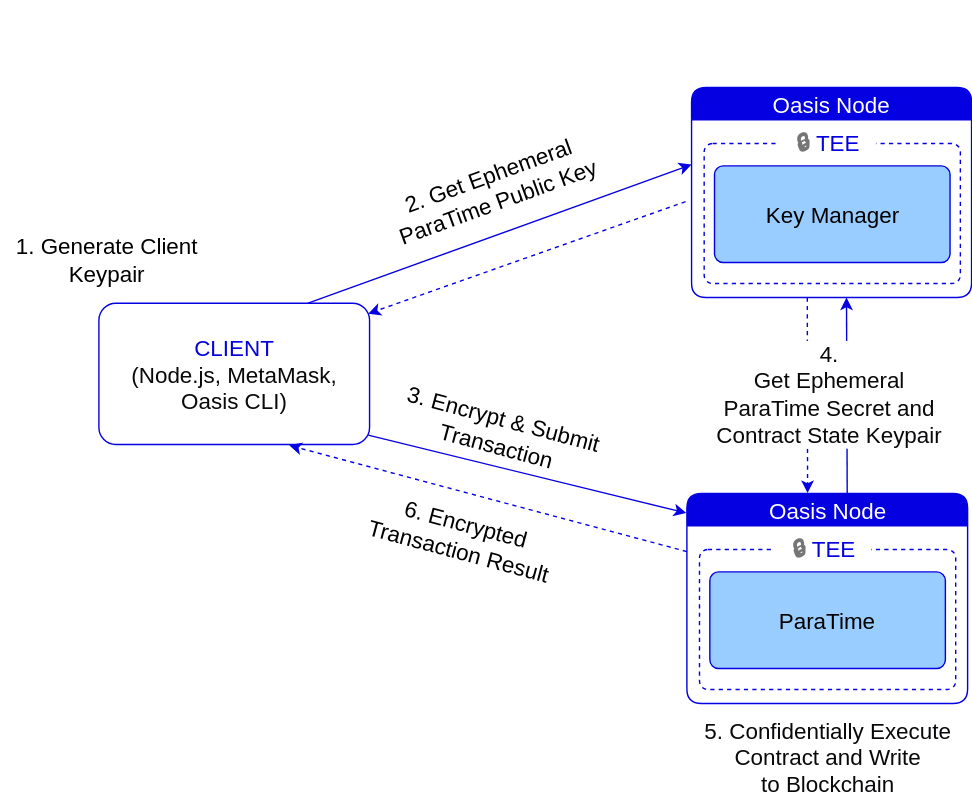
Before: docs/general/images/architecture/client-km-compute.svg, a diagram exported from draw.io (oasisprotocol/docs). Source tidied: cells renumbered, new cells last; positions are measured from the earlier drawing's top-left corner, leaving out a move shared by most shapes.
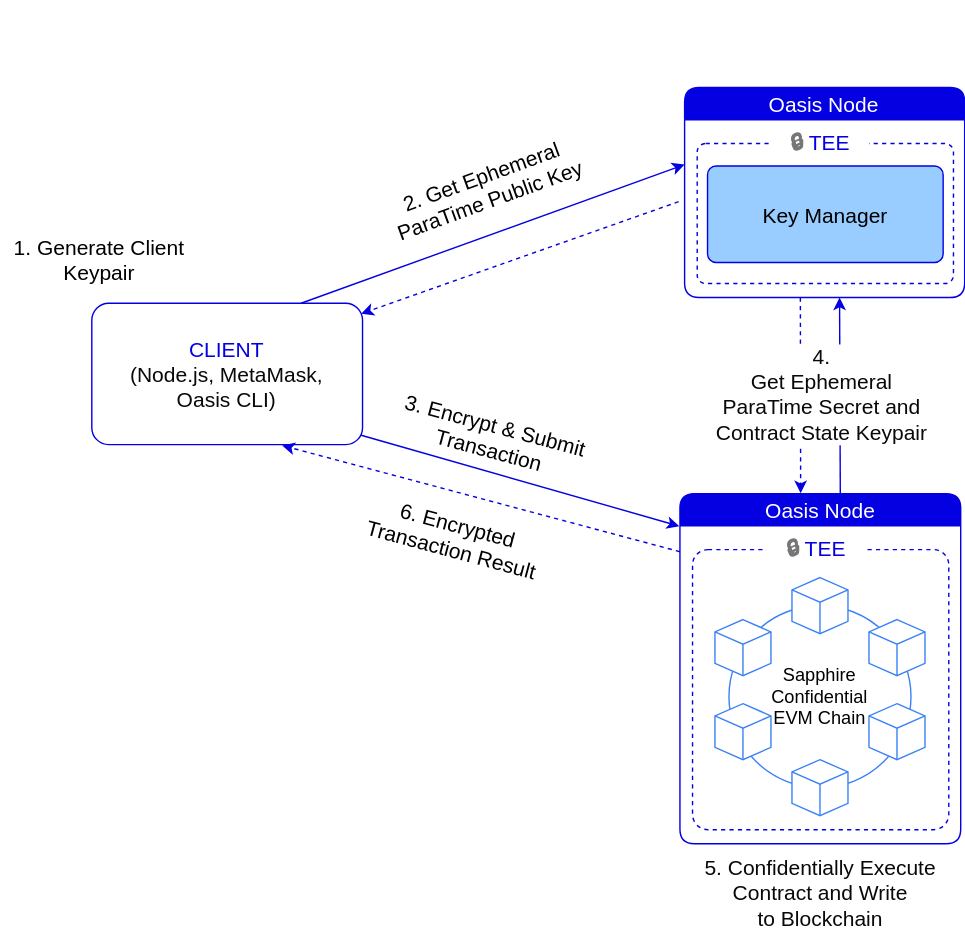
The same file after the commit.

Commit message:
docs: Update client-km-compute diagram with a Sapphire chain

This makes the diagram more illustrative and consistent with other
diagrams where we started to replace generic "ParaTime" box with
"Sapphire confidential EVM chain" blockchain diagram.

Diff of the diagram source:
```diff
@@ -6,14 +6,14 @@
       <mxGeometry x="493.3" y="72" width="200" height="140" as="geometry" />
     </mxCell>
     <mxCell id="3" style="rounded=1;whiteSpace=wrap;html=1;fontFamily=Tahoma, Verdana, Segoe, sans-serif;fillColor=light-dark(#FFFFFF,#1B1B1D);strokeColor=none;dashed=1;arcSize=0;" parent="1" vertex="1">
-      <mxGeometry x="490.2" y="372" width="200" height="130" as="geometry" />
+      <mxGeometry x="490.2" y="372" width="200" height="230" as="geometry" />
     </mxCell>
     <mxCell id="4" style="rounded=0;jettySize=auto;html=1;exitX=0.773;exitY=0;exitDx=0;exitDy=0;startArrow=none;startFill=0;fontFamily=Tahoma, Verdana, Segoe, sans-serif;strokeColor=light-dark(#0500E1,#03FFFF);exitPerimeter=0;" parent="1" edge="1" source="8">
       <mxGeometry relative="1" as="geometry">
         <mxPoint x="493.3" y="117" as="targetPoint" />
       </mxGeometry>
     </mxCell>
-    <mxCell id="5" value="&lt;div&gt;&lt;font style=&quot;font-size: 16px;&quot;&gt;2.&amp;nbsp;&lt;span style=&quot;background-color: transparent; color: light-dark(rgb(0, 0, 0), rgb(255, 255, 255));&quot;&gt;Get Ephemeral&lt;/span&gt;&lt;/font&gt;&lt;/div&gt;&lt;div&gt;&lt;font style=&quot;font-size: 16px;&quot;&gt;ParaTime Public Key&lt;/font&gt;&lt;br&gt;&lt;/div&gt;" style="edgeLabel;html=1;align=center;verticalAlign=middle;rotation=-20;labelBackgroundColor=none;fontFamily=Tahoma, Verdana, Segoe, sans-serif;fontSize=11;" parent="4" vertex="1">
+    <mxCell id="5" value="&lt;div&gt;&lt;font style=&quot;font-size: 15px;&quot;&gt;2.&amp;nbsp;&lt;span style=&quot;background-color: transparent; color: light-dark(rgb(0, 0, 0), rgb(255, 255, 255));&quot;&gt;Get Ephemeral&lt;/span&gt;&lt;/font&gt;&lt;/div&gt;&lt;div&gt;&lt;font style=&quot;font-size: 15px;&quot;&gt;ParaTime Public Key&lt;br&gt;&lt;/font&gt;&lt;/div&gt;" style="edgeLabel;html=1;align=center;verticalAlign=middle;rotation=-20;labelBackgroundColor=none;fontFamily=Tahoma, Verdana, Segoe, sans-serif;fontSize=11;" parent="4" vertex="1">
       <mxGeometry x="0.39" y="-4" relative="1" as="geometry">
         <mxPoint x="-61" y="-17" as="offset" />
       </mxGeometry>
@@ -21,12 +21,12 @@
     <mxCell id="6" style="edgeStyle=none;rounded=0;jettySize=auto;html=1;startArrow=none;startFill=0;exitX=0.995;exitY=0.934;exitDx=0;exitDy=0;fontFamily=Tahoma, Verdana, Segoe, sans-serif;strokeColor=light-dark(#0500E1,#03FFFF);entryX=-0.002;entryY=0.093;entryDx=0;entryDy=0;entryPerimeter=0;exitPerimeter=0;" parent="1" edge="1" source="8" target="22">
       <mxGeometry relative="1" as="geometry" />
     </mxCell>
-    <mxCell id="7" value="&lt;div&gt;&lt;font style=&quot;font-size: 16px;&quot;&gt;3.&amp;nbsp;&lt;span style=&quot;background-color: transparent; color: light-dark(rgb(0, 0, 0), rgb(255, 255, 255));&quot;&gt;Encrypt &amp;amp; Submit&lt;/span&gt;&lt;/font&gt;&lt;/div&gt;&lt;div&gt;&lt;font style=&quot;font-size: 16px;&quot;&gt;Transaction&lt;/font&gt;&lt;br&gt;&lt;/div&gt;" style="edgeLabel;html=1;align=center;verticalAlign=middle;rotation=15;labelBackgroundColor=none;fontFamily=Tahoma, Verdana, Segoe, sans-serif;fontSize=11;" parent="6" vertex="1">
+    <mxCell id="7" value="&lt;div&gt;&lt;font style=&quot;font-size: 15px;&quot;&gt;3.&amp;nbsp;&lt;span style=&quot;background-color: transparent; color: light-dark(rgb(0, 0, 0), rgb(255, 255, 255));&quot;&gt;Encrypt &amp;amp; Submit&lt;/span&gt;&lt;/font&gt;&lt;/div&gt;&lt;div&gt;&lt;font style=&quot;font-size: 15px;&quot;&gt;Transaction&lt;br&gt;&lt;/font&gt;&lt;/div&gt;" style="edgeLabel;html=1;align=center;verticalAlign=middle;rotation=15;labelBackgroundColor=none;fontFamily=Tahoma, Verdana, Segoe, sans-serif;fontSize=11;" parent="6" vertex="1">
       <mxGeometry x="-0.21" y="1" relative="1" as="geometry">
         <mxPoint x="4" y="-24" as="offset" />
       </mxGeometry>
     </mxCell>
-    <mxCell id="8" value="&lt;div&gt;&lt;font style=&quot;font-size: 16px; color: light-dark(rgb(5, 0, 225), rgb(3, 255, 255));&quot;&gt;CLIENT&lt;/font&gt;&lt;/div&gt;&lt;div&gt;&lt;font style=&quot;font-size: 16px; color: light-dark(rgb(9, 9, 11), rgb(255, 255, 255));&quot;&gt;(Node.js, MetaMask,&lt;/font&gt;&lt;/div&gt;&lt;div&gt;&lt;font style=&quot;font-size: 16px; color: light-dark(rgb(9, 9, 11), rgb(255, 255, 255));&quot;&gt;Oasis CLI)&lt;/font&gt;&lt;br&gt;&lt;/div&gt;" style="rounded=1;whiteSpace=wrap;html=1;fillColor=light-dark(#FFFFFF,#1B1B1D);strokeColor=light-dark(#0500E1,#03FFFF);fontFamily=Tahoma, Verdana, Segoe, sans-serif;arcSize=12;" parent="1" vertex="1">
+    <mxCell id="8" value="&lt;div&gt;&lt;font style=&quot;color: light-dark(rgb(5, 0, 225), rgb(3, 255, 255)); font-size: 15px;&quot;&gt;CLIENT&lt;/font&gt;&lt;/div&gt;&lt;div&gt;&lt;font style=&quot;color: light-dark(rgb(9, 9, 11), rgb(255, 255, 255)); font-size: 15px;&quot;&gt;(Node.js, MetaMask,&lt;/font&gt;&lt;/div&gt;&lt;div&gt;&lt;font style=&quot;color: light-dark(rgb(9, 9, 11), rgb(255, 255, 255)); font-size: 15px;&quot;&gt;Oasis CLI)&lt;/font&gt;&lt;font style=&quot;font-size: 15px;&quot;&gt;&lt;br&gt;&lt;/font&gt;&lt;/div&gt;" style="rounded=1;whiteSpace=wrap;html=1;fillColor=light-dark(#FFFFFF,#1B1B1D);strokeColor=light-dark(#0500E1,#03FFFF);fontFamily=Tahoma, Verdana, Segoe, sans-serif;arcSize=12;" parent="1" vertex="1">
       <mxGeometry x="70" y="216.1" width="193.3" height="100.9" as="geometry" />
     </mxCell>
     <mxCell id="9" style="edgeStyle=none;rounded=0;jettySize=auto;html=1;exitX=0.026;exitY=0.962;exitDx=0;exitDy=0;startArrow=none;startFill=0;dashed=1;entryX=0.995;entryY=0.074;entryDx=0;entryDy=0;fontFamily=Tahoma, Verdana, Segoe, sans-serif;strokeColor=light-dark(#0500E1,#03FFFF);entryPerimeter=0;exitPerimeter=0;" parent="1" edge="1" target="8">
@@ -46,7 +46,7 @@
         <mxPoint x="604" y="212" as="targetPoint" />
       </mxGeometry>
     </mxCell>
-    <mxCell id="12" value="&lt;div&gt;&lt;font style=&quot;font-size: 16px;&quot;&gt;4.&lt;/font&gt;&lt;/div&gt;&lt;div&gt;&lt;font style=&quot;font-size: 16px;&quot;&gt;Get Ephemeral&lt;/font&gt;&lt;/div&gt;&lt;div&gt;&lt;font style=&quot;font-size: 16px;&quot;&gt;ParaTime Secret and&lt;/font&gt;&lt;/div&gt;&lt;div&gt;&lt;font style=&quot;font-size: 16px;&quot;&gt;Contract State Keypair&lt;/font&gt;&lt;br&gt;&lt;/div&gt;" style="edgeLabel;html=1;align=center;verticalAlign=middle;fontColor=light-dark(#09090B,#FFFFFF);labelBackgroundColor=light-dark(#FFFFFF,#1B1B1D);fontFamily=Tahoma, Verdana, Segoe, sans-serif;fontSize=11;" parent="11" vertex="1">
+    <mxCell id="12" value="&lt;div&gt;&lt;font style=&quot;font-size: 15px;&quot;&gt;4.&lt;/font&gt;&lt;/div&gt;&lt;div&gt;&lt;font style=&quot;font-size: 15px;&quot;&gt;Get Ephemeral&lt;/font&gt;&lt;/div&gt;&lt;div&gt;&lt;font style=&quot;font-size: 15px;&quot;&gt;ParaTime Secret and&lt;/font&gt;&lt;/div&gt;&lt;div&gt;&lt;font style=&quot;font-size: 15px;&quot;&gt;Contract State Keypair&lt;br&gt;&lt;/font&gt;&lt;/div&gt;" style="edgeLabel;html=1;align=center;verticalAlign=middle;fontColor=light-dark(#09090B,#FFFFFF);labelBackgroundColor=light-dark(#FFFFFF,#1B1B1D);fontFamily=Tahoma, Verdana, Segoe, sans-serif;fontSize=11;" parent="11" vertex="1">
       <mxGeometry x="0.11" y="1" relative="1" as="geometry">
         <mxPoint x="-13" y="6" as="offset" />
       </mxGeometry>
@@ -56,43 +56,64 @@
         <mxPoint x="490" y="393.5" as="sourcePoint" />
       </mxGeometry>
     </mxCell>
-    <mxCell id="14" value="&lt;div&gt;&lt;font style=&quot;font-size: 16px;&quot;&gt;6.&amp;nbsp;&lt;span style=&quot;background-color: transparent; color: light-dark(rgb(0, 0, 0), rgb(255, 255, 255));&quot;&gt;Encrypted &lt;br&gt;Transaction&amp;nbsp;&lt;/span&gt;&lt;span style=&quot;background-color: transparent; color: light-dark(rgb(0, 0, 0), rgb(255, 255, 255));&quot;&gt;Result&lt;/span&gt;&lt;/font&gt;&lt;/div&gt;" style="edgeLabel;html=1;align=center;verticalAlign=middle;labelBackgroundColor=none;rotation=15;fontFamily=Tahoma, Verdana, Segoe, sans-serif;fontSize=11;" parent="13" vertex="1">
+    <mxCell id="14" value="&lt;div&gt;&lt;font style=&quot;font-size: 15px;&quot;&gt;6.&amp;nbsp;&lt;span style=&quot;background-color: transparent; color: light-dark(rgb(0, 0, 0), rgb(255, 255, 255));&quot;&gt;Encrypted &lt;br&gt;Transaction&amp;nbsp;&lt;/span&gt;&lt;span style=&quot;background-color: transparent; color: light-dark(rgb(0, 0, 0), rgb(255, 255, 255));&quot;&gt;Result&lt;/span&gt;&lt;/font&gt;&lt;/div&gt;" style="edgeLabel;html=1;align=center;verticalAlign=middle;labelBackgroundColor=none;rotation=15;fontFamily=Tahoma, Verdana, Segoe, sans-serif;fontSize=11;" parent="13" vertex="1">
       <mxGeometry x="-0.1" y="-4" relative="1" as="geometry">
         <mxPoint x="-35" y="27" as="offset" />
       </mxGeometry>
     </mxCell>
-    <mxCell id="15" value="&lt;div&gt;&lt;font style=&quot;font-size: 16px;&quot;&gt;1.&amp;nbsp;&lt;span style=&quot;background-color: transparent; color: light-dark(rgb(0, 0, 0), rgb(255, 255, 255));&quot;&gt;Generate Client&lt;/span&gt;&lt;/font&gt;&lt;/div&gt;&lt;div&gt;&lt;font style=&quot;font-size: 16px;&quot;&gt;Keypair&lt;/font&gt;&lt;/div&gt;" style="text;html=1;align=center;verticalAlign=middle;strokeColor=none;fillColor=none;labelBackgroundColor=none;fontSize=11;fontFamily=Tahoma, Verdana, Segoe, sans-serif;" parent="1" vertex="1">
-      <mxGeometry y="160" width="150" height="50" as="geometry" />
+    <mxCell id="15" value="&lt;div&gt;&lt;font style=&quot;font-size: 15px;&quot;&gt;1.&amp;nbsp;&lt;span style=&quot;background-color: transparent; color: light-dark(rgb(0, 0, 0), rgb(255, 255, 255));&quot;&gt;Generate Client&lt;/span&gt;&lt;/font&gt;&lt;/div&gt;&lt;div&gt;&lt;font style=&quot;font-size: 15px;&quot;&gt;Keypair&lt;/font&gt;&lt;/div&gt;" style="text;html=1;align=center;verticalAlign=middle;strokeColor=none;fillColor=none;labelBackgroundColor=none;fontSize=11;fontFamily=Tahoma, Verdana, Segoe, sans-serif;" parent="1" vertex="1">
+      <mxGeometry x="5" y="160" width="140" height="50" as="geometry" />
     </mxCell>
-    <mxCell id="16" value="&lt;div&gt;&lt;font style=&quot;font-size: 16px;&quot;&gt;&lt;font style=&quot;color: light-dark(rgb(9, 9, 11), rgb(255, 255, 255));&quot;&gt;5.&amp;nbsp;&lt;/font&gt;&lt;span style=&quot;color: light-dark(rgb(9, 9, 11), rgb(255, 255, 255)); background-color: transparent;&quot;&gt;Confidentially Execute &lt;br&gt;Contract&amp;nbsp;&lt;/span&gt;&lt;span style=&quot;color: light-dark(rgb(9, 9, 11), rgb(255, 255, 255)); background-color: transparent;&quot;&gt;and Write &lt;br&gt;to Blockchain&lt;/span&gt;&lt;/font&gt;&lt;/div&gt;" style="text;html=1;align=center;verticalAlign=middle;strokeColor=none;fillColor=none;fontSize=11;fontColor=#3884ff;fontFamily=Tahoma, Verdana, Segoe, sans-serif;" parent="1" vertex="1">
-      <mxGeometry x="490" y="505" width="200" height="70" as="geometry" />
+    <mxCell id="16" value="&lt;div&gt;&lt;font style=&quot;font-size: 15px;&quot;&gt;&lt;font style=&quot;color: light-dark(rgb(9, 9, 11), rgb(255, 255, 255));&quot;&gt;5.&amp;nbsp;&lt;/font&gt;&lt;span style=&quot;color: light-dark(rgb(9, 9, 11), rgb(255, 255, 255)); background-color: transparent;&quot;&gt;Confidentially Execute &lt;br&gt;Contract&amp;nbsp;&lt;/span&gt;&lt;span style=&quot;color: light-dark(rgb(9, 9, 11), rgb(255, 255, 255)); background-color: transparent;&quot;&gt;and Write &lt;br&gt;to Blockchain&lt;/span&gt;&lt;/font&gt;&lt;/div&gt;" style="text;html=1;align=center;verticalAlign=middle;strokeColor=none;fillColor=none;fontSize=11;fontColor=#3884ff;fontFamily=Tahoma, Verdana, Segoe, sans-serif;" parent="1" vertex="1">
+      <mxGeometry x="495" y="602" width="190" height="70" as="geometry" />
     </mxCell>
-    <mxCell id="17" value="&lt;font style=&quot;font-weight: normal; color: light-dark(rgb(255, 255, 255), rgb(27, 27, 29)); font-size: 16px;&quot;&gt;Oasis Node&lt;/font&gt;" style="swimlane;whiteSpace=wrap;html=1;hachureGap=4;fontFamily=Tahoma, Verdana, Segoe, sans-serif;fillColor=light-dark(#0500E1,#03FFFF);strokeColor=light-dark(#0500E1,#03FFFF);swimlaneLine=1;rounded=1;" parent="1" vertex="1">
+    <mxCell id="17" value="&lt;font style=&quot;font-weight: normal; color: light-dark(rgb(255, 255, 255), rgb(27, 27, 29)); font-size: 15px;&quot;&gt;Oasis Node&lt;/font&gt;" style="swimlane;whiteSpace=wrap;html=1;hachureGap=4;fontFamily=Tahoma, Verdana, Segoe, sans-serif;fillColor=light-dark(#0500E1,#03FFFF);strokeColor=light-dark(#0500E1,#03FFFF);swimlaneLine=1;rounded=1;" parent="1" vertex="1">
       <mxGeometry x="493.3" y="62" width="200" height="150" as="geometry" />
     </mxCell>
     <mxCell id="18" value="t" style="rounded=1;whiteSpace=wrap;html=1;fontFamily=Tahoma, Verdana, Segoe, sans-serif;fillColor=light-dark(#FFFFFF,#1B1B1D);strokeColor=light-dark(#0500E1,#03FFFF);dashed=1;arcSize=6;" parent="17" vertex="1">
       <mxGeometry x="9" y="40" width="183" height="100" as="geometry" />
     </mxCell>
-    <mxCell id="19" value="&lt;div style=&quot;line-height: 110%;&quot;&gt;&lt;div style=&quot;line-height: 120%;&quot;&gt;&lt;span style=&quot;font-size: 16px; line-height: 120%;&quot;&gt;&lt;font&gt;Key Manager&lt;/font&gt;&lt;/span&gt;&lt;br&gt;&lt;span style=&quot;font-size: 16px;&quot;&gt;&lt;/span&gt;&lt;/div&gt;&lt;/div&gt;" style="rounded=1;whiteSpace=wrap;html=1;fontFamily=Tahoma, Verdana, Segoe, sans-serif;fillColor=light-dark(#99CCFF,#003333);strokeColor=light-dark(#0500E1,#03FFFF);arcSize=9;" parent="17" vertex="1">
+    <mxCell id="19" value="&lt;div style=&quot;line-height: 110%;&quot;&gt;&lt;div style=&quot;line-height: 120%;&quot;&gt;&lt;font style=&quot;font-size: 15px;&quot;&gt;&lt;span style=&quot;line-height: 120%;&quot;&gt;&lt;font&gt;Key Manager&lt;/font&gt;&lt;/span&gt;&lt;br&gt;&lt;/font&gt;&lt;/div&gt;&lt;/div&gt;" style="rounded=1;whiteSpace=wrap;html=1;fontFamily=Tahoma, Verdana, Segoe, sans-serif;fillColor=light-dark(#99CCFF,#003333);strokeColor=light-dark(#0500E1,#03FFFF);arcSize=9;" parent="17" vertex="1">
       <mxGeometry x="16.4" y="56" width="168.2" height="69" as="geometry" />
     </mxCell>
-    <mxCell id="20" value="&lt;div&gt;&lt;font style=&quot;font-size: 16px;&quot;&gt;&lt;span style=&quot;color: rgb(118, 118, 118); font-weight: 700; text-align: start; text-wrap-mode: wrap;&quot;&gt;🔒&lt;/span&gt;&lt;span style=&quot;color: rgb(118, 118, 118); font-weight: 700; text-align: start; text-wrap-mode: wrap;&quot;&gt;&amp;nbsp;&lt;/span&gt;&lt;font style=&quot;color: light-dark(rgb(5, 0, 225), rgb(3, 255, 255));&quot;&gt;TEE&lt;/font&gt;&lt;/font&gt;&lt;/div&gt;" style="text;html=1;align=center;verticalAlign=middle;strokeColor=none;fillColor=light-dark(#FFFFFF,#1B1B1D);labelBackgroundColor=none;fontSize=11;fontFamily=Tahoma, Verdana, Segoe, sans-serif;" parent="17" vertex="1">
+    <mxCell id="20" value="&lt;div&gt;&lt;font style=&quot;font-size: 15px;&quot;&gt;&lt;span style=&quot;color: rgb(118, 118, 118); font-weight: 700; text-align: start; text-wrap-mode: wrap;&quot;&gt;🔒&lt;/span&gt;&lt;span style=&quot;color: rgb(118, 118, 118); font-weight: 700; text-align: start; text-wrap-mode: wrap;&quot;&gt;&amp;nbsp;&lt;/span&gt;&lt;font style=&quot;color: light-dark(rgb(5, 0, 225), rgb(3, 255, 255));&quot;&gt;TEE&lt;/font&gt;&lt;/font&gt;&lt;/div&gt;" style="text;html=1;align=center;verticalAlign=middle;strokeColor=none;fillColor=light-dark(#FFFFFF,#1B1B1D);labelBackgroundColor=none;fontSize=11;fontFamily=Tahoma, Verdana, Segoe, sans-serif;" parent="17" vertex="1">
       <mxGeometry x="61.7" y="24" width="70" height="30" as="geometry" />
     </mxCell>
     <mxCell id="21" value="&lt;span style=&quot;font-family: monospace; font-size: 0px; text-align: start;&quot;&gt;&lt;font style=&quot;color: light-dark(rgb(5, 0, 225), rgb(3, 255, 255));&quot;&gt;TEreraaeraeraer&lt;/font&gt;&lt;/span&gt;" style="text;html=1;align=center;verticalAlign=middle;strokeColor=none;fillColor=none;fontFamily=Tahoma, Verdana, Segoe, sans-serif;" parent="1" vertex="1">
       <mxGeometry x="560" width="20" height="30" as="geometry" />
     </mxCell>
-    <mxCell id="22" value="&lt;font style=&quot;font-weight: normal; color: light-dark(rgb(255, 255, 255), rgb(27, 27, 29)); font-size: 16px;&quot;&gt;Oasis Node&lt;/font&gt;" style="swimlane;whiteSpace=wrap;html=1;hachureGap=4;fontFamily=Tahoma, Verdana, Segoe, sans-serif;fillColor=light-dark(#0500E1,#03FFFF);strokeColor=light-dark(#0500E1,#03FFFF);swimlaneLine=1;rounded=1;" parent="1" vertex="1">
-      <mxGeometry x="490" y="352" width="200.5" height="150" as="geometry" />
+    <mxCell id="22" value="&lt;font style=&quot;font-weight: normal; color: light-dark(rgb(255, 255, 255), rgb(27, 27, 29)); font-size: 15px;&quot;&gt;Oasis Node&lt;/font&gt;" style="swimlane;whiteSpace=wrap;html=1;hachureGap=4;fontFamily=Tahoma, Verdana, Segoe, sans-serif;fillColor=light-dark(#0500E1,#03FFFF);strokeColor=light-dark(#0500E1,#03FFFF);swimlaneLine=1;rounded=1;" parent="1" vertex="1">
+      <mxGeometry x="490" y="352" width="200.5" height="250" as="geometry" />
     </mxCell>
-    <mxCell id="23" value="t" style="rounded=1;whiteSpace=wrap;html=1;fontFamily=Tahoma, Verdana, Segoe, sans-serif;fillColor=light-dark(#FFFFFF,#1B1B1D);strokeColor=light-dark(#0500E1,#03FFFF);dashed=1;arcSize=6;" parent="22" vertex="1">
-      <mxGeometry x="9" y="40" width="183" height="100" as="geometry" />
+    <mxCell id="23" style="rounded=1;whiteSpace=wrap;html=1;fontFamily=Tahoma, Verdana, Segoe, sans-serif;fillColor=light-dark(#FFFFFF,#1B1B1D);strokeColor=light-dark(#0500E1,#03FFFF);dashed=1;arcSize=6;" parent="22" vertex="1">
+      <mxGeometry x="9" y="40" width="183" height="200" as="geometry" />
     </mxCell>
-    <mxCell id="24" value="&lt;div style=&quot;line-height: 110%;&quot;&gt;&lt;div style=&quot;line-height: 120%;&quot;&gt;&lt;span style=&quot;font-size: 16px; line-height: 120%;&quot;&gt;&lt;font&gt;ParaTime&lt;/font&gt;&lt;/span&gt;&lt;br&gt;&lt;span style=&quot;font-size: 16px;&quot;&gt;&lt;/span&gt;&lt;/div&gt;&lt;/div&gt;" style="rounded=1;whiteSpace=wrap;html=1;fontFamily=Tahoma, Verdana, Segoe, sans-serif;fillColor=light-dark(#99CCFF,#003333);strokeColor=light-dark(#0500E1,#03FFFF);arcSize=9;" parent="22" vertex="1">
-      <mxGeometry x="16.4" y="56" width="168.2" height="69" as="geometry" />
-    </mxCell>
-    <mxCell id="25" value="&lt;div&gt;&lt;font style=&quot;font-size: 16px;&quot;&gt;&lt;span style=&quot;color: rgb(118, 118, 118); font-weight: 700; text-align: start; text-wrap-mode: wrap;&quot;&gt;🔒&amp;nbsp;&lt;/span&gt;&lt;font style=&quot;color: light-dark(rgb(5, 0, 225), rgb(3, 255, 255));&quot;&gt;TEE&lt;/font&gt;&lt;/font&gt;&lt;/div&gt;" style="text;html=1;align=center;verticalAlign=middle;strokeColor=none;fillColor=light-dark(#FFFFFF,#1B1B1D);labelBackgroundColor=none;fontSize=11;fontFamily=Tahoma, Verdana, Segoe, sans-serif;" parent="22" vertex="1">
+    <mxCell id="25" value="&lt;div&gt;&lt;font style=&quot;font-size: 15px;&quot;&gt;&lt;span style=&quot;color: rgb(118, 118, 118); font-weight: 700; text-align: start; text-wrap-mode: wrap;&quot;&gt;🔒&amp;nbsp;&lt;/span&gt;&lt;font style=&quot;color: light-dark(rgb(5, 0, 225), rgb(3, 255, 255));&quot;&gt;TEE&lt;/font&gt;&lt;/font&gt;&lt;/div&gt;" style="text;html=1;align=center;verticalAlign=middle;strokeColor=none;fillColor=light-dark(#FFFFFF,#1B1B1D);labelBackgroundColor=none;fontSize=11;fontFamily=Tahoma, Verdana, Segoe, sans-serif;" parent="22" vertex="1">
       <mxGeometry x="61.7" y="24" width="70" height="30" as="geometry" />
     </mxCell>
+    <mxCell id="26" style="group;fontFamily=Tahoma, Verdana, Segoe, sans-serif;" parent="22" vertex="1">
+      <mxGeometry x="25" y="60" width="151" height="170" as="geometry" />
+    </mxCell>
+    <mxCell id="27" value="&lt;font style=&quot;font-size: 13px;&quot;&gt;Sapphire&lt;br&gt;Confidential&lt;br&gt;EVM Chain&lt;/font&gt;" style="ellipse;whiteSpace=wrap;html=1;fontFamily=Tahoma, Verdana, Segoe, sans-serif;strokeColor=#3B82F6;fillColor=none;" parent="26" vertex="1">
+      <mxGeometry x="10" y="20" width="130" height="130" as="geometry" />
+    </mxCell>
+    <mxCell id="28" style="html=1;whiteSpace=wrap;shape=isoCube2;backgroundOutline=1;isoAngle=13.75;fillColor=default;strokeColor=#3B82F6;shadow=0;fontFamily=Tahoma, Verdana, Segoe, sans-serif;" parent="26" vertex="1">
+      <mxGeometry x="55" width="40" height="40" as="geometry" />
+    </mxCell>
+    <mxCell id="29" style="html=1;whiteSpace=wrap;shape=isoCube2;backgroundOutline=1;isoAngle=13.75;fillColor=default;strokeColor=#3B82F6;shadow=0;fontFamily=Tahoma, Verdana, Segoe, sans-serif;" parent="26" vertex="1">
+      <mxGeometry x="110" y="30" width="40" height="40" as="geometry" />
+    </mxCell>
+    <mxCell id="30" style="html=1;whiteSpace=wrap;shape=isoCube2;backgroundOutline=1;isoAngle=13.75;fillColor=default;strokeColor=#3B82F6;shadow=0;fontFamily=Tahoma, Verdana, Segoe, sans-serif;" parent="26" vertex="1">
+      <mxGeometry y="30" width="40" height="40" as="geometry" />
+    </mxCell>
+    <mxCell id="31" style="html=1;whiteSpace=wrap;shape=isoCube2;backgroundOutline=1;isoAngle=13.75;fillColor=default;strokeColor=#3B82F6;shadow=0;fontFamily=Tahoma, Verdana, Segoe, sans-serif;" parent="26" vertex="1">
+      <mxGeometry y="90" width="40" height="40" as="geometry" />
+    </mxCell>
+    <mxCell id="32" style="html=1;whiteSpace=wrap;shape=isoCube2;backgroundOutline=1;isoAngle=13.75;fillColor=default;strokeColor=#3B82F6;shadow=0;fontFamily=Tahoma, Verdana, Segoe, sans-serif;" parent="26" vertex="1">
+      <mxGeometry x="110" y="90" width="40" height="40" as="geometry" />
+    </mxCell>
+    <mxCell id="33" style="html=1;whiteSpace=wrap;shape=isoCube2;backgroundOutline=1;isoAngle=13.75;fillColor=default;strokeColor=#3B82F6;shadow=0;fontFamily=Tahoma, Verdana, Segoe, sans-serif;" parent="26" vertex="1">
+      <mxGeometry x="55" y="130" width="40" height="40" as="geometry" />
+    </mxCell>
   </root>
 </mxGraphModel>
```
